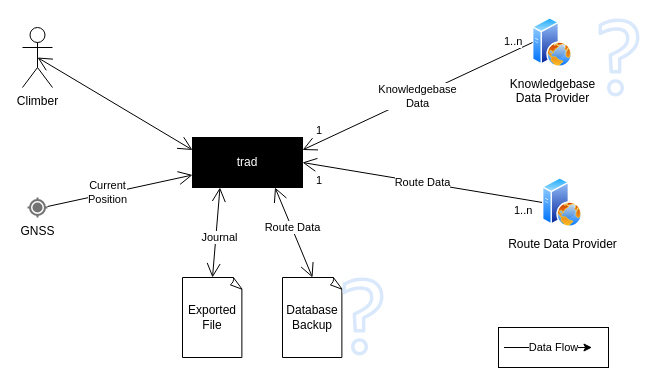
Before: doc/contextview_business.drawio in aardjon/trad, a draw.io diagram. Source tidied: cells renumbered, new cells numbered last; positions are measured from the earlier drawing's top-left corner, leaving out a move shared by most shapes. Both pictures are drawn from the tidied source at 100%, with x=0, y=0 at pixel (22, 17).
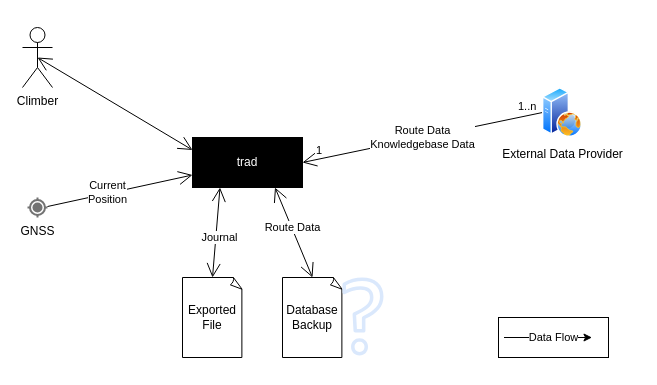
After the change.

Commit message (it also covers changes not shown here):
📝 Update business context view

The change refers to these unchanged cells:
```xml
<mxCell id="2" value="&lt;div&gt;trad&lt;/div&gt;" style="html=1;whiteSpace=wrap;fillColor=#000000;fontColor=#FFFFFF;" parent="1" vertex="1">
  <mxGeometry x="170" y="120" width="110" height="50" as="geometry" />
</mxCell>
```

Change to the diagram source:
```diff
@@
-    <mxCell id="6" value="Route Data" style="endArrow=none;html=1;endSize=12;startArrow=open;startSize=12;startFill=0;rounded=0;endFill=0;exitX=1;exitY=0.5;exitDx=0;exitDy=0;entryX=0;entryY=0.5;entryDx=0;entryDy=0;" parent="1" edge="1" source="2" target="17">
+    <mxCell id="6" value="Route Data&lt;br&gt;Knowledgebase Data" style="endArrow=none;html=1;endSize=12;startArrow=open;startSize=12;startFill=0;rounded=0;endFill=0;exitX=1;exitY=0.5;exitDx=0;exitDy=0;entryX=0;entryY=0.5;entryDx=0;entryDy=0;" parent="1" edge="1" source="2" target="17">
       <mxGeometry relative="1" as="geometry" />
     </mxCell>
     <mxCell id="7" value="1..n" style="edgeLabel;html=1;align=left;verticalAlign=top;rotation=0;" parent="6" vertex="1">
       <mxGeometry x="-1" relative="1" as="geometry">
-        <mxPoint x="210" y="35" as="offset" />
+        <mxPoint x="214" y="-69" as="offset" />
       </mxGeometry>
     </mxCell>
     <mxCell id="8" value="1" style="edgeLabel;html=1;align=right;verticalAlign=top;" parent="6" vertex="1">
       <mxGeometry x="1" relative="1" as="geometry">
-        <mxPoint x="-220" y="-35" as="offset" />
+        <mxPoint x="-220" y="25" as="offset" />
       </mxGeometry>
     </mxCell>
@@
-    <mxCell id="17" value="Route Data Provider" style="image;perimeter=ellipsePerimeter;html=1;align=center;shadow=0;dashed=0;spacingTop=3;image=img/lib/active_directory/web_server.svg;" parent="1" vertex="1">
-      <mxGeometry x="520" y="160" width="40" height="50" as="geometry" />
+    <mxCell id="17" value="External Data Provider" style="image;perimeter=ellipsePerimeter;html=1;align=center;shadow=0;dashed=0;spacingTop=3;image=img/lib/active_directory/web_server.svg;" parent="1" vertex="1">
+      <mxGeometry x="520" y="70" width="40" height="50" as="geometry" />
     </mxCell>
-    <mxCell id="18" value="Knowledgebase&lt;br&gt;Data Provider" style="image;perimeter=ellipsePerimeter;html=1;align=center;shadow=0;dashed=0;spacingTop=3;image=img/lib/active_directory/web_server.svg;" parent="1" vertex="1">
-      <mxGeometry x="510" width="40" height="50" as="geometry" />
-    </mxCell>
-    <mxCell id="19" value="Knowledgebase&lt;br&gt;Data" style="endArrow=none;html=1;endSize=12;startArrow=open;startSize=12;startFill=0;rounded=0;endFill=0;exitX=1;exitY=0.25;exitDx=0;exitDy=0;entryX=0;entryY=0.5;entryDx=0;entryDy=0;" parent="1" edge="1" source="2" target="18">
-      <mxGeometry relative="1" as="geometry" />
-    </mxCell>
-    <mxCell id="20" value="1..n" style="edgeLabel;html=1;align=left;verticalAlign=top;rotation=0;" parent="19" vertex="1">
-      <mxGeometry x="-1" relative="1" as="geometry">
-        <mxPoint x="200" y="-122" as="offset" />
-      </mxGeometry>
-    </mxCell>
-    <mxCell id="21" value="1" style="edgeLabel;html=1;align=right;verticalAlign=top;" parent="19" vertex="1">
-      <mxGeometry x="1" relative="1" as="geometry">
-        <mxPoint x="-210" y="75" as="offset" />
-      </mxGeometry>
-    </mxCell>
@@
-    <mxCell id="23" style="sketch=0;fillColor=#dae8fc;strokeColor=#6c8ebf;dashed=0;verticalLabelPosition=bottom;verticalAlign=top;align=center;html=1;fontSize=12;fontStyle=0;shape=mxgraph.aws4.question;" parent="1" vertex="1">
-      <mxGeometry x="576" y="1" width="41" height="78" as="geometry" />
-    </mxCell>
     <mxCell id="24" style="group;" parent="1" vertex="1">
-      <mxGeometry x="476" y="310" width="120" height="40" as="geometry" />
+      <mxGeometry x="476" y="300" width="120" height="40" as="geometry" />
     </mxCell>
```
